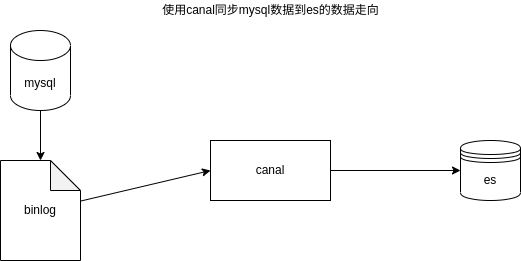
lumiseven/mysql-to-es keeps this draw.io diagram as img/mysql-canal-es.png. Above is the earlier version. Source tidied: cells renumbered, new cells last; positions are measured from the earlier drawing's top-left corner, leaving out a move shared by most shapes.
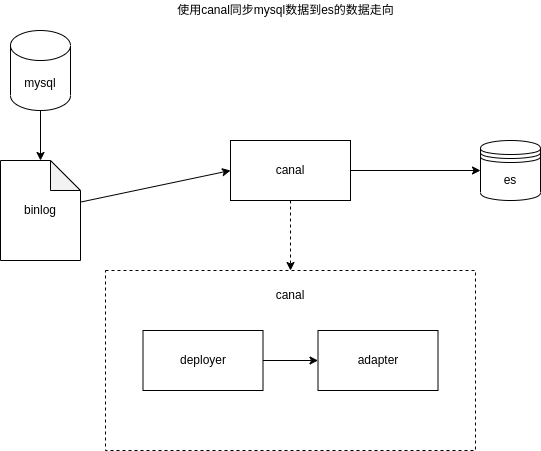
The same diagram one commit later.

What changed in the source:
```diff
@@ -13,22 +13,38 @@
     <mxCell id="4" value="binlog" style="shape=note;whiteSpace=wrap;html=1;backgroundOutline=1;darkOpacity=0.05;" parent="1" vertex="1">
       <mxGeometry y="160" width="80" height="100" as="geometry" />
     </mxCell>
-    <mxCell id="5" style="edgeStyle=none;html=1;entryX=0;entryY=0.5;entryDx=0;entryDy=0;" parent="1" edge="1" source="6">
-      <mxGeometry relative="1" as="geometry">
-        <mxPoint x="460" y="170" as="targetPoint" />
-      </mxGeometry>
-    </mxCell>
+    <mxCell id="10" style="edgeStyle=none;html=1;entryX=0;entryY=0.5;entryDx=0;entryDy=0;" parent="1" edge="1" source="6" target="9">
+      <mxGeometry relative="1" as="geometry" />
+    </mxCell>
+    <mxCell id="11" style="edgeStyle=none;html=1;dashed=1;" parent="1" edge="1" source="6" target="12">
+      <mxGeometry relative="1" as="geometry" />
+    </mxCell>
     <mxCell id="6" value="canal" style="rounded=0;whiteSpace=wrap;html=1;" parent="1" vertex="1">
-      <mxGeometry x="210" y="140" width="120" height="60" as="geometry" />
+      <mxGeometry x="230" y="140" width="120" height="60" as="geometry" />
     </mxCell>
     <mxCell id="7" value="使用canal同步mysql数据到es的数据走向" style="text;html=1;align=center;verticalAlign=middle;strokeColor=none;fillColor=none;" parent="1" vertex="1">
-      <mxGeometry x="155" width="230" height="20" as="geometry" />
+      <mxGeometry x="170" width="230" height="20" as="geometry" />
     </mxCell>
     <mxCell id="8" value="mysql" style="shape=cylinder3;whiteSpace=wrap;html=1;boundedLbl=1;backgroundOutline=1;size=15;" parent="1" vertex="1">
       <mxGeometry x="10" y="30" width="60" height="80" as="geometry" />
     </mxCell>
     <mxCell id="9" value="es" style="shape=datastore;whiteSpace=wrap;html=1;" parent="1" vertex="1">
-      <mxGeometry x="460" y="140" width="60" height="60" as="geometry" />
+      <mxGeometry x="480" y="140" width="60" height="60" as="geometry" />
     </mxCell>
+    <mxCell id="12" style="rounded=0;whiteSpace=wrap;html=1;dashed=1;" parent="1" vertex="1">
+      <mxGeometry x="105" y="270" width="370" height="180" as="geometry" />
+    </mxCell>
+    <mxCell id="13" style="edgeStyle=none;html=1;entryX=0;entryY=0.5;entryDx=0;entryDy=0;" parent="1" edge="1" source="14" target="15">
+      <mxGeometry relative="1" as="geometry" />
+    </mxCell>
+    <mxCell id="14" value="deployer" style="rounded=0;whiteSpace=wrap;html=1;" parent="1" vertex="1">
+      <mxGeometry x="142.5" y="330" width="120" height="60" as="geometry" />
+    </mxCell>
+    <mxCell id="15" value="adapter" style="rounded=0;whiteSpace=wrap;html=1;" parent="1" vertex="1">
+      <mxGeometry x="317.5" y="330" width="120" height="60" as="geometry" />
+    </mxCell>
+    <mxCell id="16" value="canal" style="text;html=1;strokeColor=none;fillColor=none;align=center;verticalAlign=middle;whiteSpace=wrap;rounded=0;" parent="1" vertex="1">
+      <mxGeometry x="260" y="280" width="60" height="30" as="geometry" />
+    </mxCell>
   </root>
 </mxGraphModel>
```
